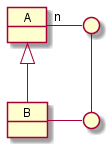
Before: Imagens/modelos-07/mod07ima06/mod07ima06.png, a diagram exported from PlantUML (kyriosdata/oo).
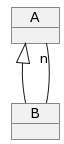
After the commit.

Diff of the diagram source:
```diff
@@ -1,12 +1,6 @@
-@startuml mod07ima06
-skinparam Linetype ortho
+@startuml
 object "   A   " as a
 object "   B   " as b
-circle " " as c
-circle " " as d
-
 a <|-- b
-a "n"-right- c
-c -- d
-d -left- b
+a "n"-- b
 @enduml
```
